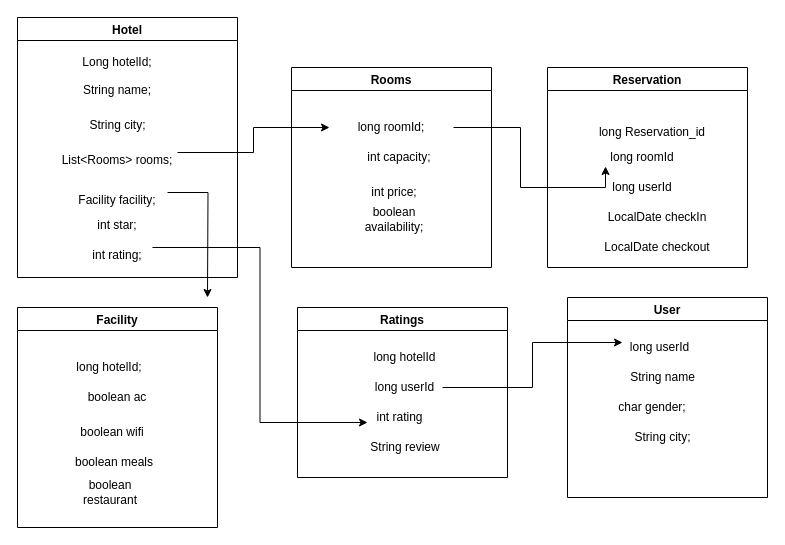
Above: zoyo-rooms.io.drawio in subham3947/zoyo-rooms (draw.io), before the change. Source tidied: cells renumbered, new cells numbered last; positions are measured from the earlier drawing's top-left corner, leaving out a move shared by most shapes. Both pictures are drawn from the tidied source at 100%, with x=0, y=0 at pixel (17, 17).
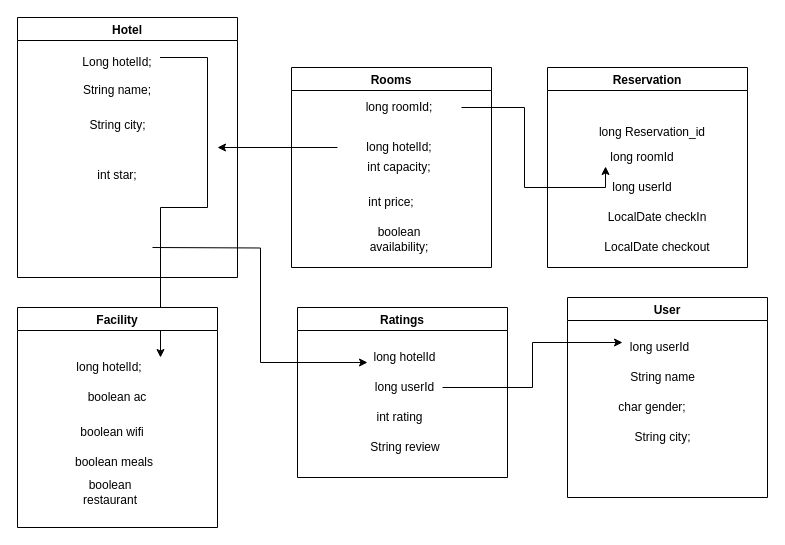
The same page after the edit.

The change refers to these unchanged cells:
```xml
<mxCell id="2" value="Hotel" style="swimlane;" parent="1" vertex="1">
  <mxGeometry width="220" height="260" as="geometry" />
</mxCell>
<mxCell id="10" value="Rooms" style="swimlane;" parent="1" vertex="1">
  <mxGeometry x="274" y="50" width="200" height="200" as="geometry" />
</mxCell>
<mxCell id="23" value="long hotelId;" style="text;html=1;strokeColor=none;fillColor=none;align=center;verticalAlign=middle;whiteSpace=wrap;rounded=0;" parent="22" vertex="1">
  <mxGeometry x="30" y="50" width="124" height="20" as="geometry" />
</mxCell>
<mxCell id="32" value="int rating" style="text;html=1;strokeColor=none;fillColor=none;align=center;verticalAlign=middle;whiteSpace=wrap;rounded=0;" parent="30" vertex="1">
  <mxGeometry x="70" y="100" width="65" height="20" as="geometry" />
</mxCell>
<mxCell id="34" value="long hotelId" style="text;html=1;strokeColor=none;fillColor=none;align=center;verticalAlign=middle;whiteSpace=wrap;rounded=0;" parent="30" vertex="1">
  <mxGeometry x="70" y="40" width="75" height="20" as="geometry" />
</mxCell>
```

What changed in the source:
```diff
@@
-    <mxCell id="6" value="&lt;br&gt;Facility facility;" style="text;html=1;strokeColor=none;fillColor=none;align=center;verticalAlign=middle;whiteSpace=wrap;rounded=0;" parent="2" vertex="1">
-      <mxGeometry x="50" y="160" width="100" height="30" as="geometry" />
-    </mxCell>
     <mxCell id="7" value="&lt;br&gt;int star;" style="text;html=1;strokeColor=none;fillColor=none;align=center;verticalAlign=middle;whiteSpace=wrap;rounded=0;" parent="2" vertex="1">
-      <mxGeometry x="65" y="190" width="70" height="20" as="geometry" />
+      <mxGeometry x="65" y="140" width="70" height="20" as="geometry" />
     </mxCell>
-    <mxCell id="8" value="&lt;br&gt;int rating;" style="text;html=1;strokeColor=none;fillColor=none;align=center;verticalAlign=middle;whiteSpace=wrap;rounded=0;" parent="2" vertex="1">
-      <mxGeometry x="65" y="220" width="70" height="20" as="geometry" />
-    </mxCell>
-    <mxCell id="9" value="&lt;br&gt;List&amp;lt;Rooms&amp;gt; rooms;" style="text;html=1;strokeColor=none;fillColor=none;align=center;verticalAlign=middle;whiteSpace=wrap;rounded=0;" parent="2" vertex="1">
-      <mxGeometry x="40" y="120" width="120" height="30" as="geometry" />
-    </mxCell>
+    <mxCell id="28" style="edgeStyle=orthogonalEdgeStyle;rounded=0;jettySize=auto;html=1;" parent="2" edge="1" target="23">
+      <mxGeometry relative="1" as="geometry">
+        <mxPoint x="142.5" y="40" as="sourcePoint" />
+        <Array as="points">
+          <mxPoint x="190" y="40" />
+          <mxPoint x="190" y="190" />
+          <mxPoint x="143" y="190" />
+        </Array>
+      </mxGeometry>
+    </mxCell>
@@
     <mxCell id="11" value="long roomId;" style="text;html=1;strokeColor=none;fillColor=none;align=center;verticalAlign=middle;whiteSpace=wrap;rounded=0;" parent="10" vertex="1">
-      <mxGeometry x="38" y="50" width="124" height="20" as="geometry" />
+      <mxGeometry x="46" y="30" width="124" height="20" as="geometry" />
     </mxCell>
     <mxCell id="12" value="int capacity;" style="text;html=1;strokeColor=none;fillColor=none;align=center;verticalAlign=middle;whiteSpace=wrap;rounded=0;" parent="10" vertex="1">
-      <mxGeometry x="56" y="80" width="104" height="20" as="geometry" />
+      <mxGeometry x="56" y="90" width="104" height="20" as="geometry" />
     </mxCell>
     <mxCell id="13" value="int price;" style="text;html=1;strokeColor=none;fillColor=none;align=center;verticalAlign=middle;whiteSpace=wrap;rounded=0;" parent="10" vertex="1">
-      <mxGeometry x="56" y="110" width="94" height="30" as="geometry" />
+      <mxGeometry x="53" y="120" width="94" height="30" as="geometry" />
     </mxCell>
     <mxCell id="14" value="&lt;br&gt;boolean availability;" style="text;html=1;strokeColor=none;fillColor=none;align=center;verticalAlign=middle;whiteSpace=wrap;rounded=0;" parent="10" vertex="1">
-      <mxGeometry x="58" y="130" width="90" height="30" as="geometry" />
+      <mxGeometry x="63" y="150" width="90" height="30" as="geometry" />
     </mxCell>
+    <mxCell id="42" value="long hotelId;" style="text;html=1;strokeColor=none;fillColor=none;align=center;verticalAlign=middle;whiteSpace=wrap;rounded=0;" parent="10" vertex="1">
+      <mxGeometry x="46" y="70" width="124" height="20" as="geometry" />
+    </mxCell>
@@
-    <mxCell id="28" style="edgeStyle=orthogonalEdgeStyle;rounded=0;jettySize=auto;html=1;" parent="1" edge="1" source="6">
-      <mxGeometry relative="1" as="geometry">
-        <mxPoint x="190" y="280" as="targetPoint" />
-      </mxGeometry>
-    </mxCell>
-    <mxCell id="29" style="edgeStyle=orthogonalEdgeStyle;rounded=0;jettySize=auto;html=1;" parent="1" edge="1" source="9" target="11">
-      <mxGeometry relative="1" as="geometry" />
-    </mxCell>
@@
-    <mxCell id="35" style="edgeStyle=orthogonalEdgeStyle;rounded=0;jettySize=auto;html=1;entryX=0;entryY=0.75;entryDx=0;entryDy=0;" parent="1" edge="1" source="8" target="32">
-      <mxGeometry relative="1" as="geometry" />
+    <mxCell id="35" style="edgeStyle=orthogonalEdgeStyle;rounded=0;jettySize=auto;html=1;entryX=0;entryY=0.75;entryDx=0;entryDy=0;" parent="1" edge="1" target="34">
+      <mxGeometry relative="1" as="geometry">
+        <mxPoint x="135" y="230" as="sourcePoint" />
+      </mxGeometry>
     </mxCell>
@@
+    <mxCell id="43" style="edgeStyle=orthogonalEdgeStyle;rounded=0;jettySize=auto;html=1;" parent="1" edge="1" source="42">
+      <mxGeometry relative="1" as="geometry">
+        <mxPoint x="200" y="130" as="targetPoint" />
+      </mxGeometry>
+    </mxCell>
```
